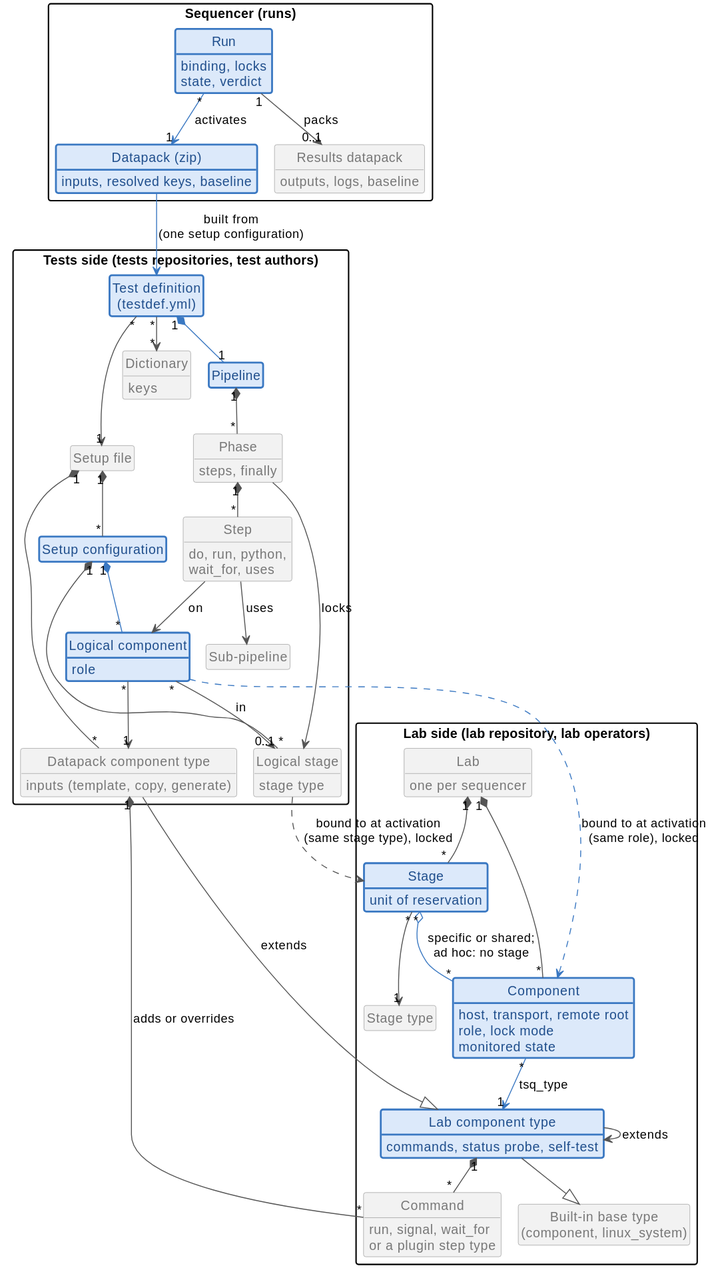
Above: docs/diagrams/data_model.svg in laurentmldev/testsuit (PlantUML), before the change.
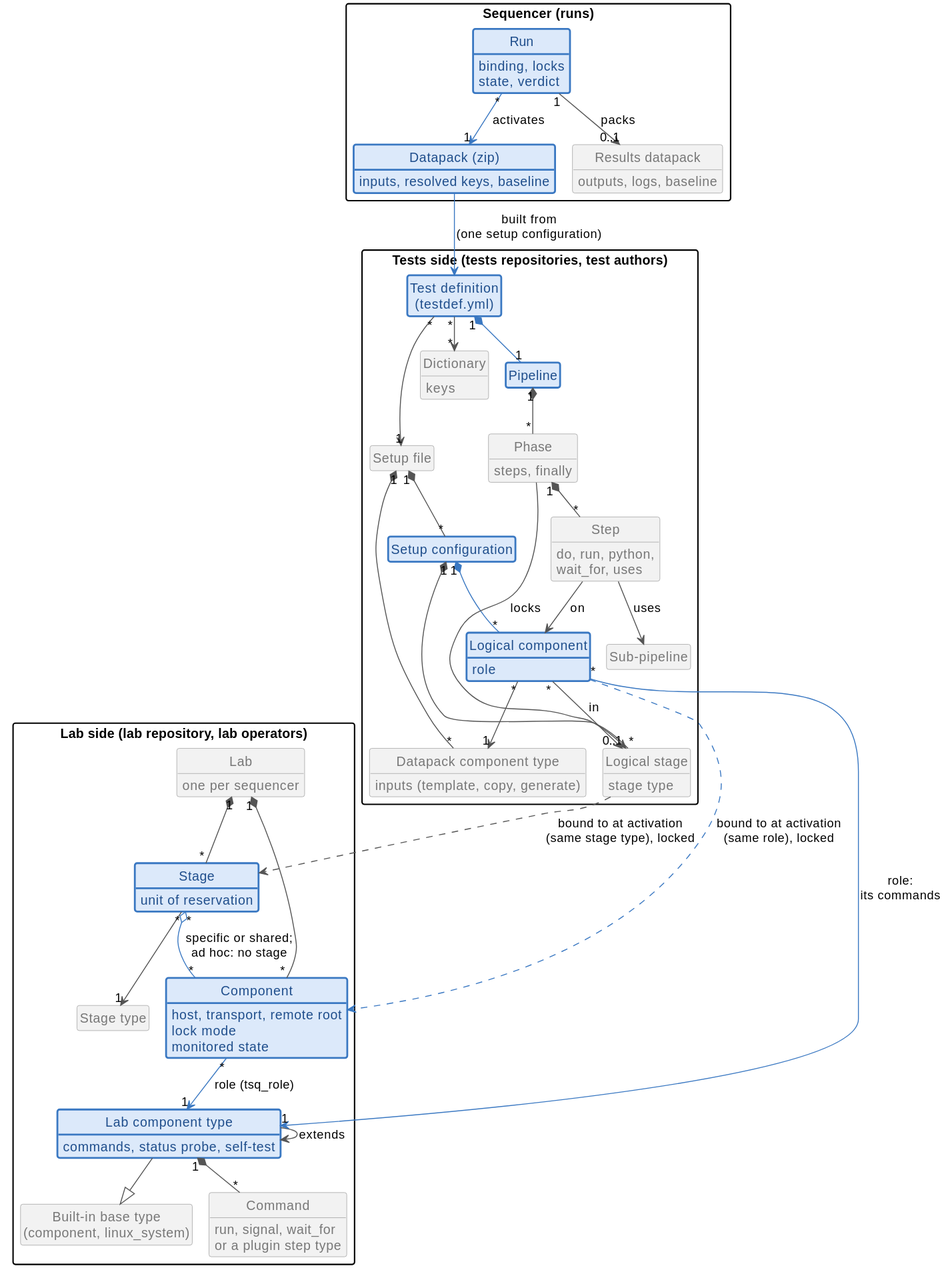
The same file after the commit.

What changed in the source:
```diff
@@ -24,7 +24,7 @@
   class "Stage type" as StageType
   class "Component" as Component #DCE9FA;line:3A78C2;line.bold;text:1F4E8C {
     host, transport, remote root
-    role, lock mode
+    lock mode
     monitored state
   }
   class "Lab component type" as LabType #DCE9FA;line:3A78C2;line.bold;text:1F4E8C {
@@ -81,7 +81,7 @@
 Lab "1" *-- "*" Component
 Stage "*" o-[#3A78C2]- "*" Component : specific or shared;\nad hoc: no stage
 Stage "*" --> "1" StageType
-Component "*" -[#3A78C2]-> "1" LabType : tsq_type
+Component "*" -[#3A78C2]-> "1" LabType : role (tsq_role)
 LabType --> LabType : extends
 LabType --|> BaseType
 LabType "1" *-- "*" Command
@@ -95,8 +95,7 @@
 SetupConf "1" *-[#3A78C2]- "*" LComp
 LComp "*" --> "0..1" LStage : in
 LComp "*" --> "1" DpType
-DpType --|> LabType : extends
-DpType "1" *-- "*" Command : adds or overrides
+LComp "*" -[#3A78C2]-> "1" LabType : role:\nits commands
 Pipeline "1" *-- "*" Phase
 Phase "1" *-- "*" Step
 Step --> SubPipe : uses
```
